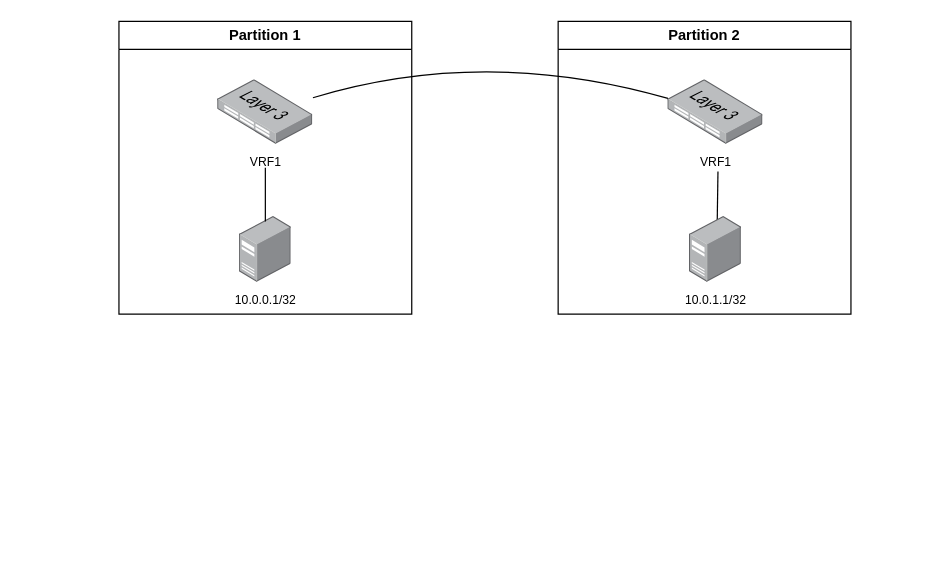
This is community/04-Proposals/MEP19/dci-multisite.drawio from metal-stack/website, a draw.io file, before an edit. Source tidied: cells renumbered, new cells numbered last; positions are measured from the earlier drawing's top-left corner, leaving out a move shared by most shapes. Both pictures are drawn from the tidied source at 122%, with x=0, y=0 at pixel (118, 21).
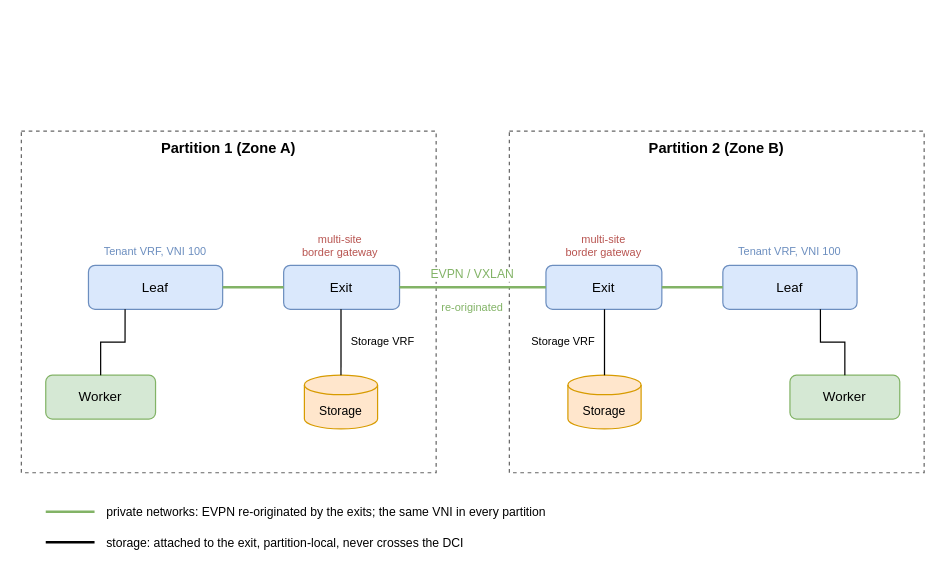
Above is the later version.

Diff of the diagram source:
```diff
@@
-    <mxCell id="2" value="Partition 1" style="swimlane;whiteSpace=wrap;html=1;" parent="1" vertex="1">
-      <mxGeometry width="240" height="240" as="geometry" />
-    </mxCell>
-    <mxCell id="3" value="&lt;font style=&quot;font-size: 10px;&quot;&gt;VRF1&lt;/font&gt;" style="image;points=[];html=1;align=center;shadow=0;dashed=0;image=img/lib/allied_telesis/switch/Switch_48_port_L3.svg;" parent="2" vertex="1">
-      <mxGeometry x="81" y="48" width="78" height="52.8" as="geometry" />
-    </mxCell>
-    <mxCell id="4" value="&lt;font style=&quot;font-size: 10px;&quot;&gt;10.0.0.1/32&lt;/font&gt;" style="image;html=1;align=center;shadow=0;dashed=0;image=img/lib/allied_telesis/computer_and_terminals/Server_Desktop.svg;" parent="2" vertex="1">
-      <mxGeometry x="98.7" y="160" width="42.6" height="54" as="geometry" />
-    </mxCell>
-    <mxCell id="5" style="edgeStyle=none;html=1;endArrow=none;endFill=0;" parent="2" edge="1">
-      <mxGeometry relative="1" as="geometry">
-        <mxPoint x="120" y="120" as="sourcePoint" />
-        <mxPoint x="120" y="164" as="targetPoint" />
-      </mxGeometry>
-    </mxCell>
-    <mxCell id="6" value="Partition 2" style="swimlane;whiteSpace=wrap;html=1;" parent="1" vertex="1">
-      <mxGeometry x="360" width="240" height="240" as="geometry" />
-    </mxCell>
-    <mxCell id="7" style="edgeStyle=none;html=1;endArrow=none;endFill=0;" parent="6" edge="1">
-      <mxGeometry relative="1" as="geometry">
-        <mxPoint x="131" y="123" as="sourcePoint" />
-        <mxPoint x="130.4" y="163" as="targetPoint" />
-      </mxGeometry>
-    </mxCell>
-    <mxCell id="8" value="&lt;font style=&quot;font-size: 10px;&quot;&gt;VRF1&lt;/font&gt;" style="image;points=[];html=1;align=center;shadow=0;dashed=0;image=img/lib/allied_telesis/switch/Switch_48_port_L3.svg;" parent="6" vertex="1">
-      <mxGeometry x="90" y="48" width="78" height="52.8" as="geometry" />
-    </mxCell>
-    <mxCell id="9" value="&lt;font style=&quot;font-size: 10px;&quot;&gt;10.0.1.1/32&lt;/font&gt;" style="image;html=1;align=center;shadow=0;dashed=0;image=img/lib/allied_telesis/computer_and_terminals/Server_Desktop.svg;" parent="6" vertex="1">
-      <mxGeometry x="107.7" y="160" width="42.6" height="54" as="geometry" />
-    </mxCell>
-    <mxCell id="10" style="edgeStyle=none;html=1;endArrow=none;endFill=0;rounded=0;curved=1;" parent="1" edge="1" source="3" target="8">
-      <mxGeometry relative="1" as="geometry">
-        <Array as="points">
-          <mxPoint x="300" y="20" />
-        </Array>
-      </mxGeometry>
-    </mxCell>
+    <mxCell id="11" value="Partition 1 (Zone A)" style="rounded=0;whiteSpace=wrap;html=1;dashed=1;fillColor=none;strokeColor=#666666;verticalAlign=top;fontSize=12;fontStyle=1;" parent="1" vertex="1">
+      <mxGeometry x="-80" y="90" width="340" height="280" as="geometry" />
+    </mxCell>
+    <mxCell id="12" value="Partition 2 (Zone B)" style="rounded=0;whiteSpace=wrap;html=1;dashed=1;fillColor=none;strokeColor=#666666;verticalAlign=top;fontSize=12;fontStyle=1;" parent="1" vertex="1">
+      <mxGeometry x="320" y="90" width="340" height="280" as="geometry" />
+    </mxCell>
+    <mxCell id="13" value="Leaf" style="rounded=1;fontSize=11;whiteSpace=wrap;html=1;fillColor=#dae8fc;strokeColor=#6c8ebf;" parent="1" vertex="1">
+      <mxGeometry x="-25" y="200" width="110" height="36" as="geometry" />
+    </mxCell>
+    <mxCell id="14" value="Exit" style="rounded=1;fontSize=11;whiteSpace=wrap;html=1;fillColor=#dae8fc;strokeColor=#6c8ebf;" parent="1" vertex="1">
+      <mxGeometry x="135" y="200" width="95" height="36" as="geometry" />
+    </mxCell>
+    <mxCell id="15" value="Worker" style="rounded=1;fontSize=11;whiteSpace=wrap;html=1;fillColor=#d5e8d4;strokeColor=#82b366;" parent="1" vertex="1">
+      <mxGeometry x="-60" y="290" width="90" height="36" as="geometry" />
+    </mxCell>
+    <mxCell id="16" value="Storage" style="shape=cylinder3;boundedLbl=1;backgroundOutline=1;size=8;fontSize=10;whiteSpace=wrap;html=1;fillColor=#ffe6cc;strokeColor=#d79b00;" parent="1" vertex="1">
+      <mxGeometry x="152" y="290" width="60" height="44" as="geometry" />
+    </mxCell>
+    <mxCell id="17" value="Leaf" style="rounded=1;fontSize=11;whiteSpace=wrap;html=1;fillColor=#dae8fc;strokeColor=#6c8ebf;" parent="1" vertex="1">
+      <mxGeometry x="495" y="200" width="110" height="36" as="geometry" />
+    </mxCell>
+    <mxCell id="18" value="Exit" style="rounded=1;fontSize=11;whiteSpace=wrap;html=1;fillColor=#dae8fc;strokeColor=#6c8ebf;" parent="1" vertex="1">
+      <mxGeometry x="350" y="200" width="95" height="36" as="geometry" />
+    </mxCell>
+    <mxCell id="19" value="Worker" style="rounded=1;fontSize=11;whiteSpace=wrap;html=1;fillColor=#d5e8d4;strokeColor=#82b366;" parent="1" vertex="1">
+      <mxGeometry x="550" y="290" width="90" height="36" as="geometry" />
+    </mxCell>
+    <mxCell id="20" value="Storage" style="shape=cylinder3;boundedLbl=1;backgroundOutline=1;size=8;fontSize=10;whiteSpace=wrap;html=1;fillColor=#ffe6cc;strokeColor=#d79b00;" parent="1" vertex="1">
+      <mxGeometry x="368" y="290" width="60" height="44" as="geometry" />
+    </mxCell>
+    <mxCell id="21" style="edgeStyle=orthogonalEdgeStyle;rounded=0;html=1;strokeColor=#000000;strokeWidth=1;exitX=0.273;exitY=1.0;exitDx=0;exitDy=0;entryX=0.5;entryY=0.0;entryDx=0;entryDy=0;endArrow=none;endFill=0;" parent="1" edge="1" source="13" target="15">
+      <mxGeometry relative="1" as="geometry">
+        <Array as="points">
+          <mxPoint x="5" y="263" />
+          <mxPoint x="-15" y="263" />
+        </Array>
+      </mxGeometry>
+    </mxCell>
+    <mxCell id="22" style="edgeStyle=orthogonalEdgeStyle;rounded=0;html=1;strokeColor=#000000;strokeWidth=1;exitX=0.495;exitY=1.0;exitDx=0;exitDy=0;entryX=0.5;entryY=0.0;entryDx=0;entryDy=0;endArrow=none;endFill=0;" parent="1" edge="1" source="14" target="16">
+      <mxGeometry relative="1" as="geometry" />
+    </mxCell>
+    <mxCell id="23" style="edgeStyle=orthogonalEdgeStyle;rounded=0;html=1;strokeColor=#82b366;strokeWidth=2;exitX=1.0;exitY=0.5;exitDx=0;exitDy=0;entryX=0.0;entryY=0.5;entryDx=0;entryDy=0;endArrow=none;endFill=0;" parent="1" edge="1" source="13" target="14">
+      <mxGeometry relative="1" as="geometry" />
+    </mxCell>
+    <mxCell id="24" style="edgeStyle=orthogonalEdgeStyle;rounded=0;html=1;strokeColor=#000000;strokeWidth=1;exitX=0.727;exitY=1.0;exitDx=0;exitDy=0;entryX=0.5;entryY=0.0;entryDx=0;entryDy=0;endArrow=none;endFill=0;" parent="1" edge="1" source="17" target="19">
+      <mxGeometry relative="1" as="geometry">
+        <Array as="points">
+          <mxPoint x="575" y="263" />
+          <mxPoint x="595" y="263" />
+        </Array>
+      </mxGeometry>
+    </mxCell>
+    <mxCell id="25" style="edgeStyle=orthogonalEdgeStyle;rounded=0;html=1;strokeColor=#000000;strokeWidth=1;exitX=0.505;exitY=1.0;exitDx=0;exitDy=0;entryX=0.5;entryY=0.0;entryDx=0;entryDy=0;endArrow=none;endFill=0;" parent="1" edge="1" source="18" target="20">
+      <mxGeometry relative="1" as="geometry" />
+    </mxCell>
+    <mxCell id="26" style="edgeStyle=orthogonalEdgeStyle;rounded=0;html=1;strokeColor=#82b366;strokeWidth=2;exitX=0.0;exitY=0.5;exitDx=0;exitDy=0;entryX=1.0;entryY=0.5;entryDx=0;entryDy=0;endArrow=none;endFill=0;" parent="1" edge="1" source="17" target="18">
+      <mxGeometry relative="1" as="geometry" />
+    </mxCell>
+    <mxCell id="27" style="edgeStyle=orthogonalEdgeStyle;rounded=0;html=1;strokeColor=#82b366;strokeWidth=2;exitX=1.0;exitY=0.5;exitDx=0;exitDy=0;entryX=0.0;entryY=0.5;entryDx=0;entryDy=0;endArrow=none;endFill=0;" parent="1" edge="1" source="14" target="18">
+      <mxGeometry relative="1" as="geometry" />
+    </mxCell>
+    <mxCell id="28" value="Storage VRF" style="text;html=1;align=center;verticalAlign=middle;whiteSpace=wrap;rounded=0;fontSize=9;fontColor=#000000;labelBackgroundColor=default;" parent="1" vertex="1">
+      <mxGeometry x="185.8" y="255" width="60.5" height="15" as="geometry" />
+    </mxCell>
+    <mxCell id="29" value="Tenant VRF, VNI 100" style="text;html=1;align=center;verticalAlign=middle;whiteSpace=wrap;rounded=0;fontSize=9;fontColor=#6c8ebf;" parent="1" vertex="1">
+      <mxGeometry x="-20" y="181" width="100.1" height="15" as="geometry" />
+    </mxCell>
+    <mxCell id="30" value="Storage VRF" style="text;html=1;align=center;verticalAlign=middle;whiteSpace=wrap;rounded=0;fontSize=9;fontColor=#000000;labelBackgroundColor=default;" parent="1" vertex="1">
+      <mxGeometry x="333.8" y="255" width="60.5" height="15" as="geometry" />
+    </mxCell>
+    <mxCell id="31" value="Tenant VRF, VNI 100" style="text;html=1;align=center;verticalAlign=middle;whiteSpace=wrap;rounded=0;fontSize=9;fontColor=#6c8ebf;" parent="1" vertex="1">
+      <mxGeometry x="500" y="181" width="100.1" height="15" as="geometry" />
+    </mxCell>
+    <mxCell id="32" value="multi-site&lt;br&gt;border gateway" style="text;html=1;align=center;verticalAlign=middle;whiteSpace=wrap;rounded=0;fontSize=9;fontColor=#b85450;" parent="1" vertex="1">
+      <mxGeometry x="144.4" y="171" width="75.3" height="26" as="geometry" />
+    </mxCell>
+    <mxCell id="33" value="multi-site&lt;br&gt;border gateway" style="text;html=1;align=center;verticalAlign=middle;whiteSpace=wrap;rounded=0;fontSize=9;fontColor=#b85450;" parent="1" vertex="1">
+      <mxGeometry x="360.4" y="171" width="75.3" height="26" as="geometry" />
+    </mxCell>
+    <mxCell id="34" value="EVPN / VXLAN" style="text;html=1;align=center;verticalAlign=middle;whiteSpace=wrap;rounded=0;fontSize=10;fontColor=#82b366;labelBackgroundColor=default;" parent="1" vertex="1">
+      <mxGeometry x="254" y="199" width="72" height="16" as="geometry" />
+    </mxCell>
+    <mxCell id="35" value="re-originated" style="text;html=1;align=center;verticalAlign=middle;whiteSpace=wrap;rounded=0;fontSize=9;fontColor=#82b366;" parent="1" vertex="1">
+      <mxGeometry x="254.8" y="227" width="70.4" height="15" as="geometry" />
+    </mxCell>
+    <mxCell id="36" style="endArrow=none;html=1;strokeColor=#82b366;strokeWidth=2;" parent="1" edge="1">
+      <mxGeometry relative="1" as="geometry">
+        <mxPoint x="-60" y="402" as="sourcePoint" />
+        <mxPoint x="-20" y="402" as="targetPoint" />
+      </mxGeometry>
+    </mxCell>
+    <mxCell id="37" value="private networks: EVPN re-originated by the exits; the same VNI in every partition" style="text;html=1;align=left;verticalAlign=middle;whiteSpace=wrap;rounded=0;fontSize=10;" parent="1" vertex="1">
+      <mxGeometry x="-12" y="392" width="620" height="20" as="geometry" />
+    </mxCell>
+    <mxCell id="38" style="endArrow=none;html=1;strokeColor=#000000;strokeWidth=2;" parent="1" edge="1">
+      <mxGeometry relative="1" as="geometry">
+        <mxPoint x="-60" y="427" as="sourcePoint" />
+        <mxPoint x="-20" y="427" as="targetPoint" />
+      </mxGeometry>
+    </mxCell>
+    <mxCell id="39" value="storage: attached to the exit, partition-local, never crosses the DCI" style="text;html=1;align=left;verticalAlign=middle;whiteSpace=wrap;rounded=0;fontSize=10;" parent="1" vertex="1">
+      <mxGeometry x="-12" y="417" width="620" height="20" as="geometry" />
+    </mxCell>
```
